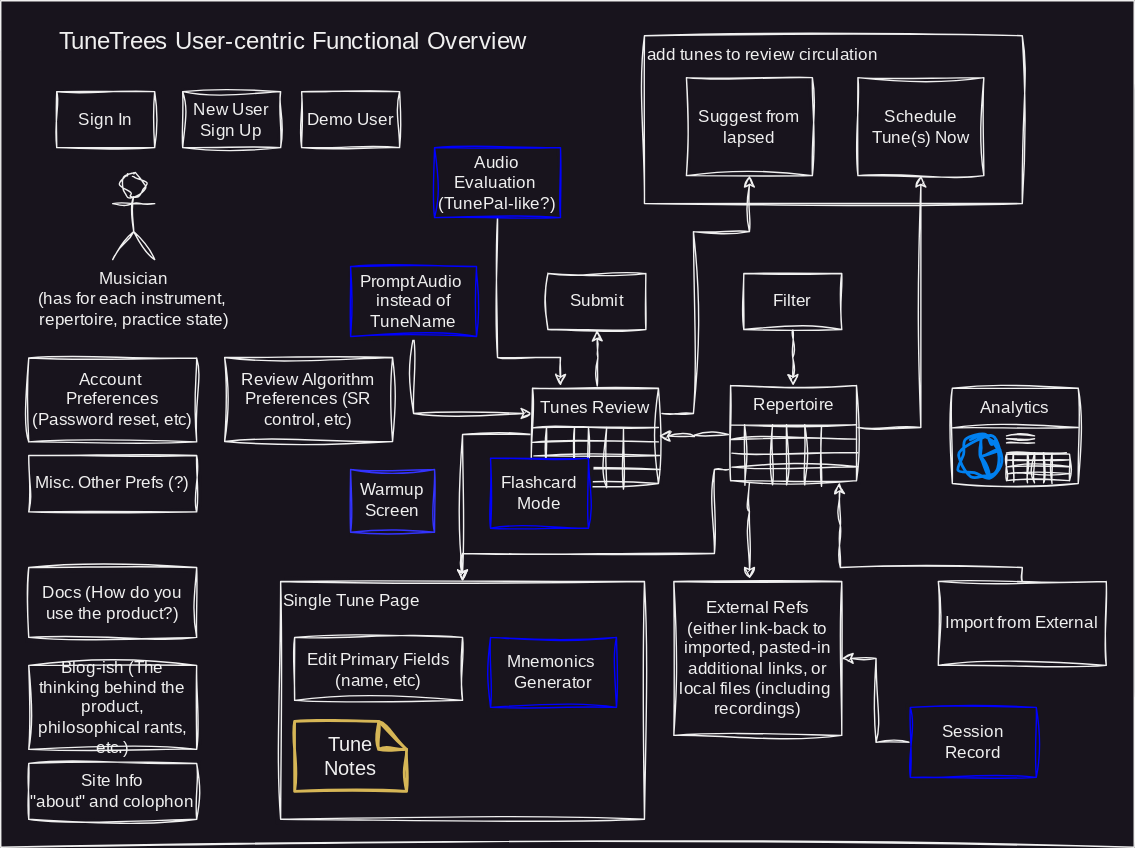
This is design/tunetrees_functional_overview.drawio.svg from sboagy/tunetrees, a draw.io export, as it was before one commit. Source tidied: cells renumbered, new cells last; positions are measured from the earlier drawing's top-left corner, leaving out a move shared by most shapes.
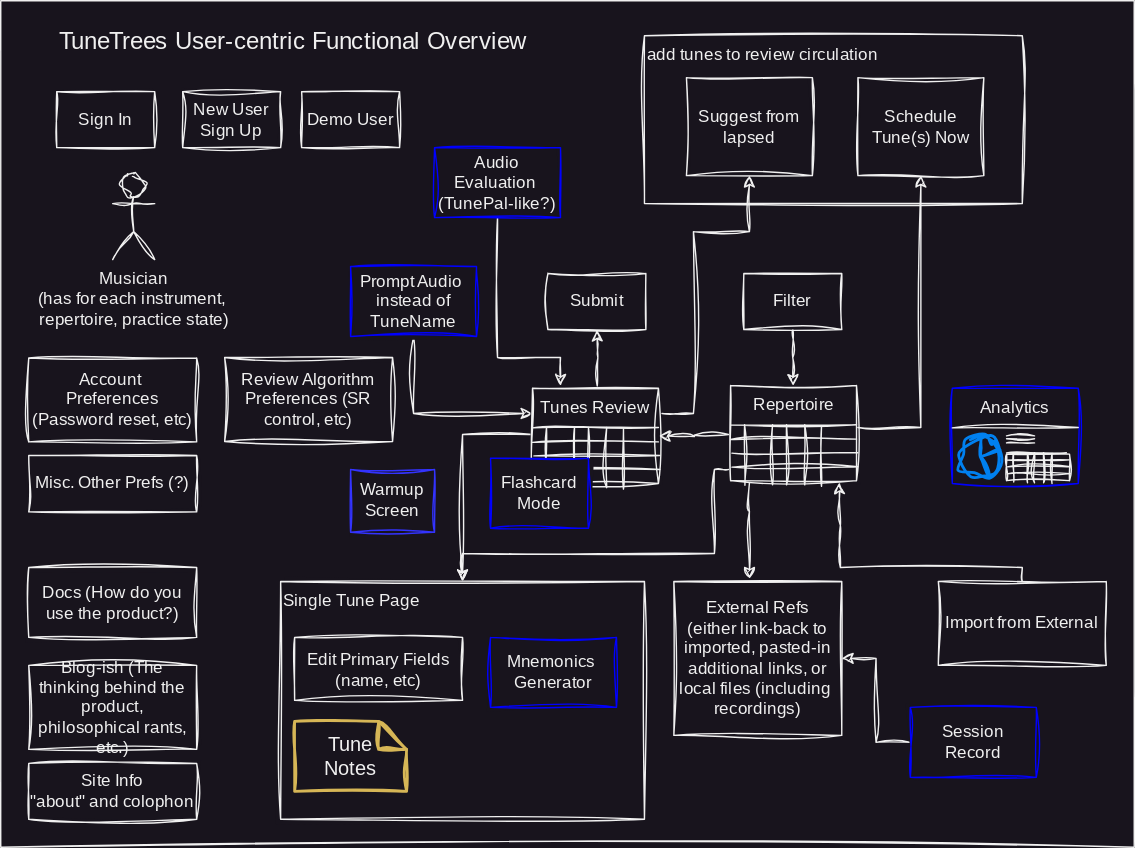
The same diagram one commit later.

Commit message:
📝 Another tweaks to the user-centric functional overview: analytics outlined in blue.

Change to the diagram source:
```diff
@@ -235,7 +235,7 @@
     <mxCell id="52" value="Flashcard &lt;br&gt;Mode" style="rounded=0;whiteSpace=wrap;html=1;sketch=1;hachureGap=4;jiggle=2;curveFitting=1;fontFamily=Architects Daughter;fontSource=https%3A%2F%2Ffonts.googleapis.com%2Fcss%3Ffamily%3DArchitects%2BDaughter;strokeColor=#0000FF;" parent="41" vertex="1">
       <mxGeometry x="-30" y="50" width="70" height="50" as="geometry" />
     </mxCell>
-    <mxCell id="53" value="Analytics" style="rounded=0;whiteSpace=wrap;html=1;hachureGap=4;fontFamily=Architects Daughter;verticalAlign=top;sketch=1;curveFitting=1;jiggle=2;" parent="1" vertex="1">
+    <mxCell id="53" value="Analytics" style="rounded=0;whiteSpace=wrap;html=1;hachureGap=4;fontFamily=Architects Daughter;verticalAlign=top;sketch=1;curveFitting=1;jiggle=2;strokeColor=#0000FF;" parent="1" vertex="1">
       <mxGeometry x="680" y="277" width="90" height="68" as="geometry" />
     </mxCell>
     <mxCell id="54" style="endArrow=none;html=1;rounded=0;hachureGap=4;fontFamily=Architects Daughter;entryX=1;entryY=0.412;entryDx=0;entryDy=0;entryPerimeter=0;sketch=1;curveFitting=1;jiggle=2;" parent="1" edge="1" target="53">
```
